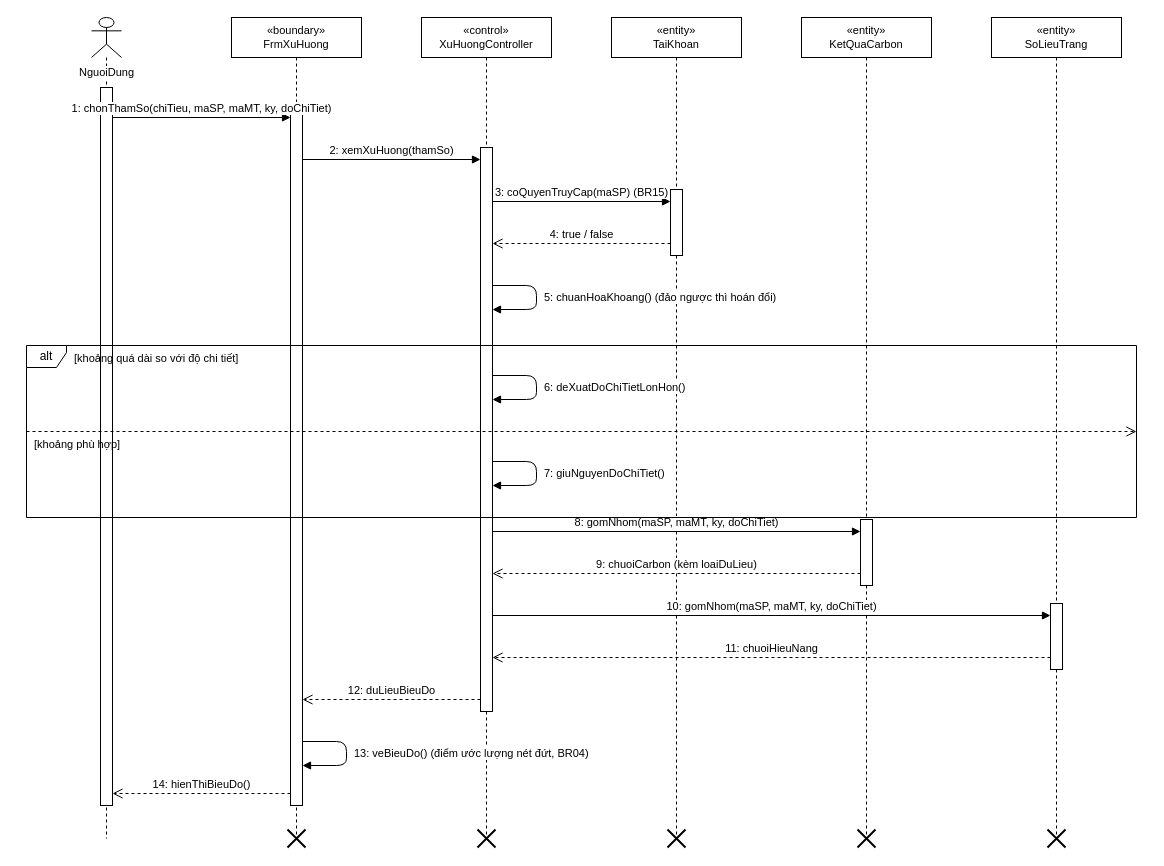
Earlier version of the draw.io diagram docs/diagrams/03_TuanTu/UC_GD_013_Sequence_XemXuHuong.drawio (TranThienNhan8279/GreenDash). Source tidied: cells renumbered, new cells numbered last; positions are measured from the earlier drawing's top-left corner, leaving out a move shared by most shapes. Both pictures are drawn from the tidied source at 100%, with x=0, y=0 at pixel (26, 17).
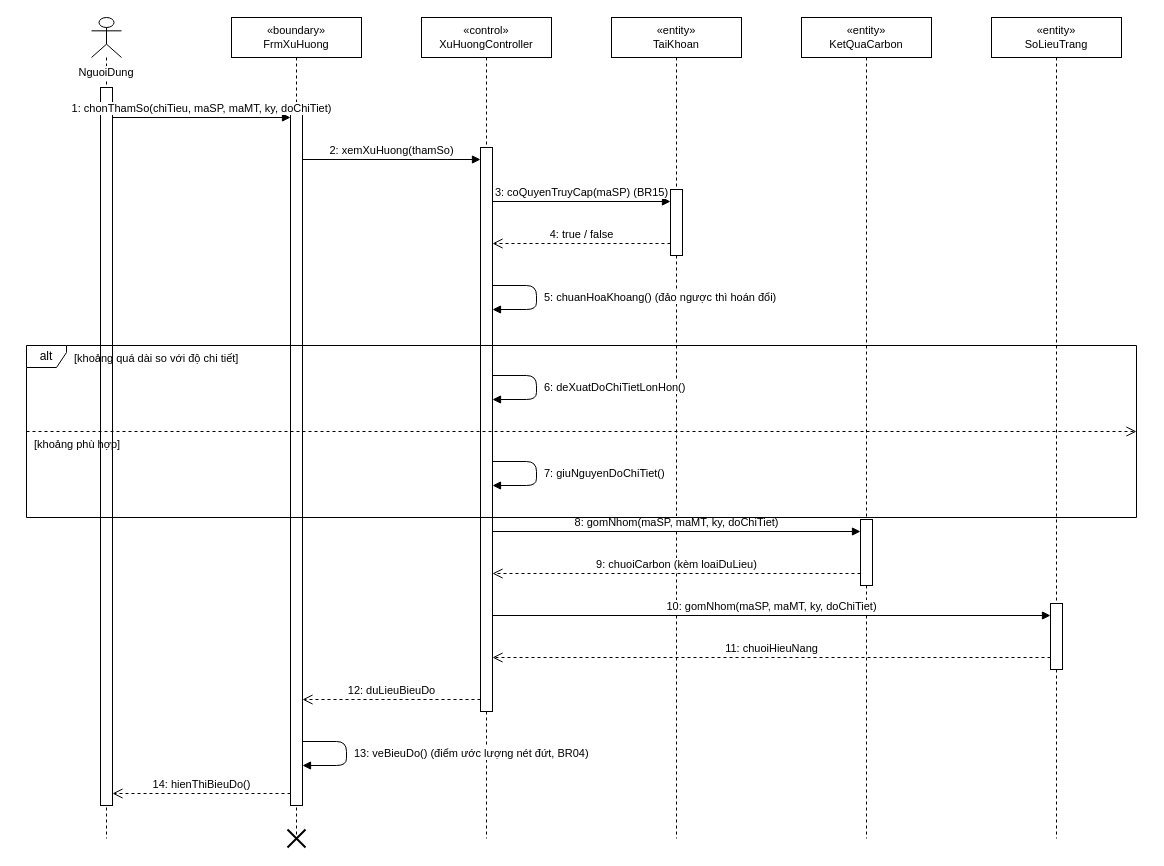
The same diagram, later.

What changed in the source:
```diff
@@
-    <mxCell id="2" value="NguoiDung" style="shape=umlLifeline;participant=umlActor;verticalAlign=top;spacingTop=42;labelBackgroundColor=#ffffff;perimeter=lifelinePerimeter;whiteSpace=nowrap;html=1;fontSize=11;" parent="1" vertex="1">
+    <mxCell id="2" value="NguoiDung" style="shape=umlLifeline;participant=umlActor;verticalAlign=top;spacingTop=42;labelBackgroundColor=#ffffff;perimeter=lifelinePerimeter;whiteSpace=wrap;html=1;fontSize=11;" parent="1" vertex="1">
       <mxGeometry x="65" width="30" height="821" as="geometry" />
     </mxCell>
@@
-    <mxCell id="12" style="shape=umlDestroy;html=1;strokeWidth=2;strokeColor=#000000;" parent="1" vertex="1">
-      <mxGeometry x="451" y="812" width="18" height="18" as="geometry" />
-    </mxCell>
@@
-    <mxCell id="14" style="shape=umlDestroy;html=1;strokeWidth=2;strokeColor=#000000;" parent="1" vertex="1">
-      <mxGeometry x="641" y="812" width="18" height="18" as="geometry" />
-    </mxCell>
@@
-    <mxCell id="16" style="shape=umlDestroy;html=1;strokeWidth=2;strokeColor=#000000;" parent="1" vertex="1">
-      <mxGeometry x="831" y="812" width="18" height="18" as="geometry" />
-    </mxCell>
@@
-    <mxCell id="18" style="shape=umlDestroy;html=1;strokeWidth=2;strokeColor=#000000;" parent="1" vertex="1">
-      <mxGeometry x="1021" y="812" width="18" height="18" as="geometry" />
-    </mxCell>
```
